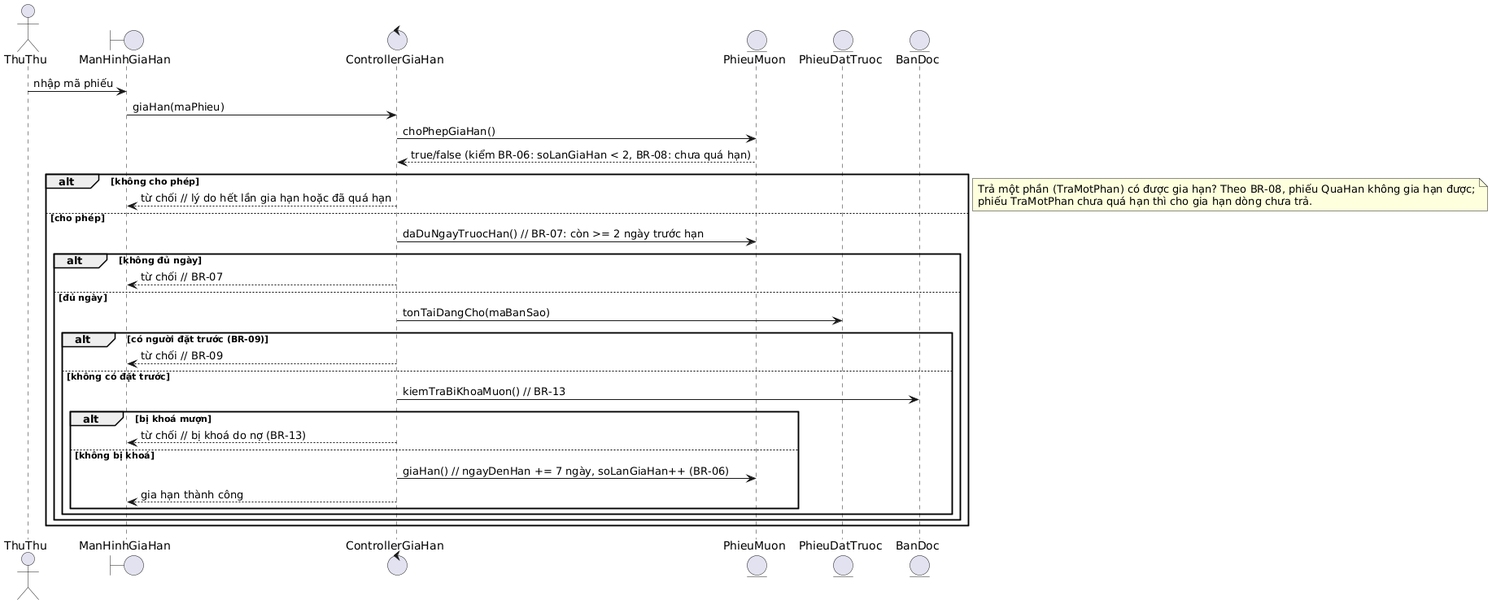
This is docs/04-thiet-ke/bieu-do-tuan-tu/sd-gia-han.png from mtmtmthehehe/OOAD, a PlantUML export, as it was before one commit.
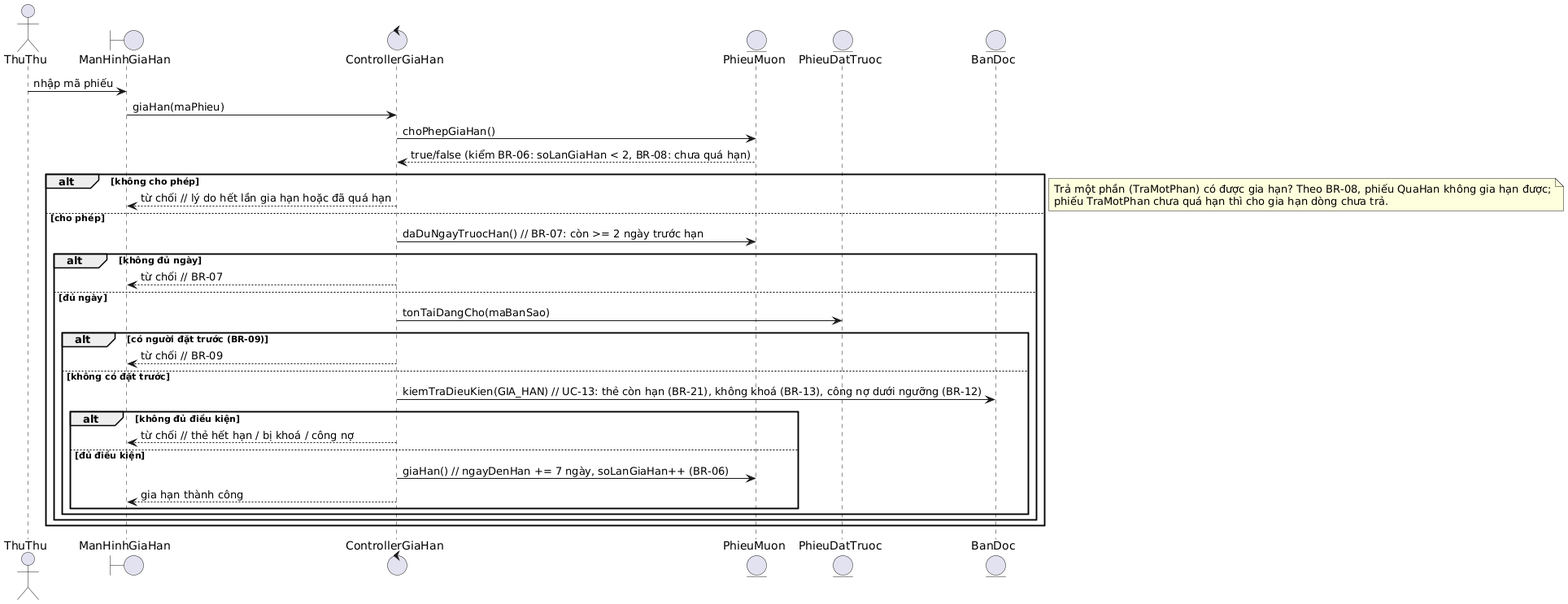
After the commit.

Change to the diagram source:
```diff
@@ -21,10 +21,10 @@
     alt có người đặt trước (BR-09)
       ControllerGiaHan --> ManHinhGiaHan : từ chối // BR-09
     else không có đặt trước
-      ControllerGiaHan -> BanDoc : kiemTraBiKhoaMuon() // BR-13
-      alt bị khoá mượn
-        ControllerGiaHan --> ManHinhGiaHan : từ chối // bị khoá do nợ (BR-13)
-      else không bị khoá
+      ControllerGiaHan -> BanDoc : kiemTraDieuKien(GIA_HAN) // UC-13: thẻ còn hạn (BR-21), không khoá (BR-13), công nợ dưới ngưỡng (BR-12)
+      alt không đủ điều kiện
+        ControllerGiaHan --> ManHinhGiaHan : từ chối // thẻ hết hạn / bị khoá / công nợ
+      else đủ điều kiện
         ControllerGiaHan -> PhieuMuon : giaHan() // ngayDenHan += 7 ngày, soLanGiaHan++ (BR-06)
         ControllerGiaHan --> ManHinhGiaHan : gia hạn thành công
       end
```
